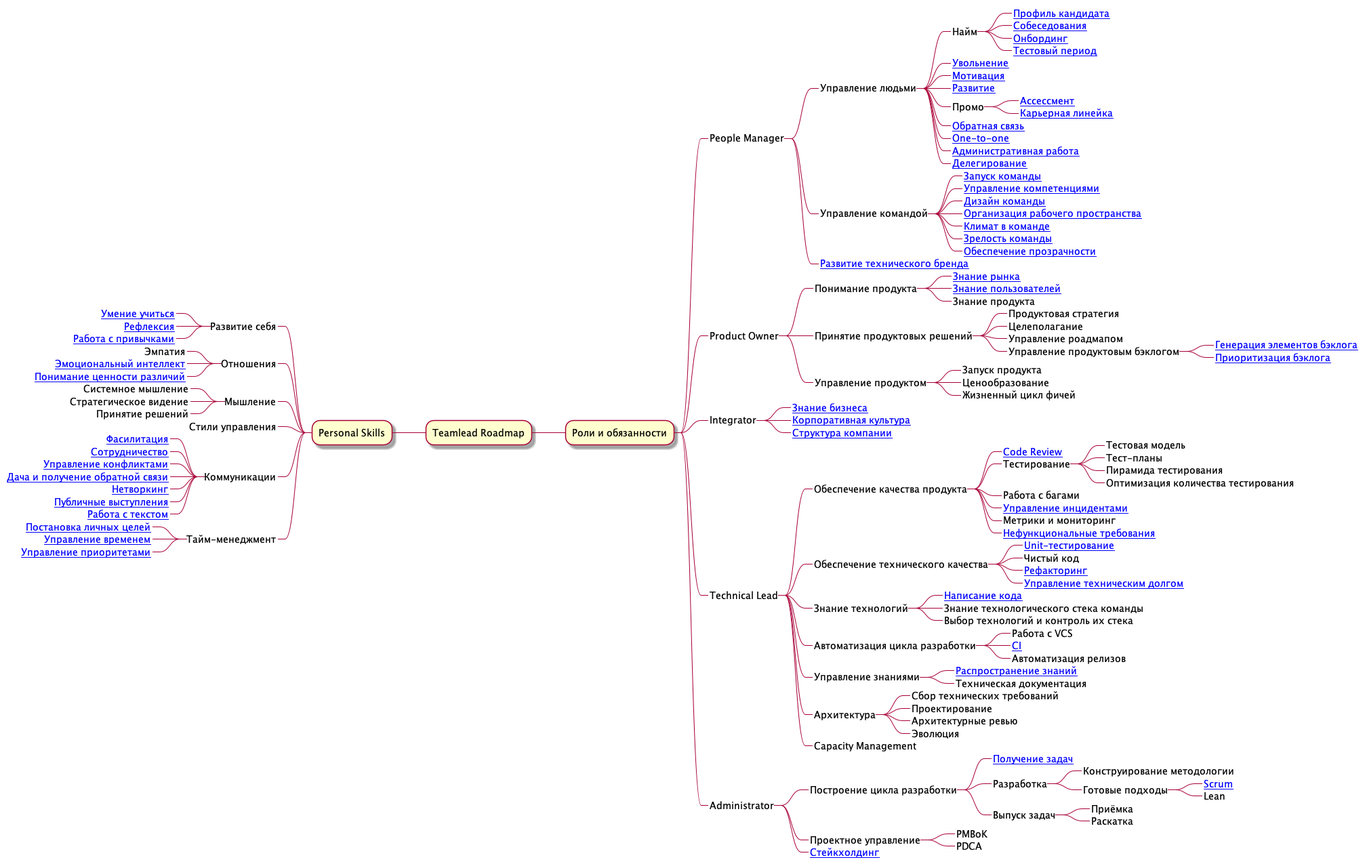
tlbootcamp/tlroadmap keeps this PlantUML diagram as roadmap.png. Above is the earlier version.
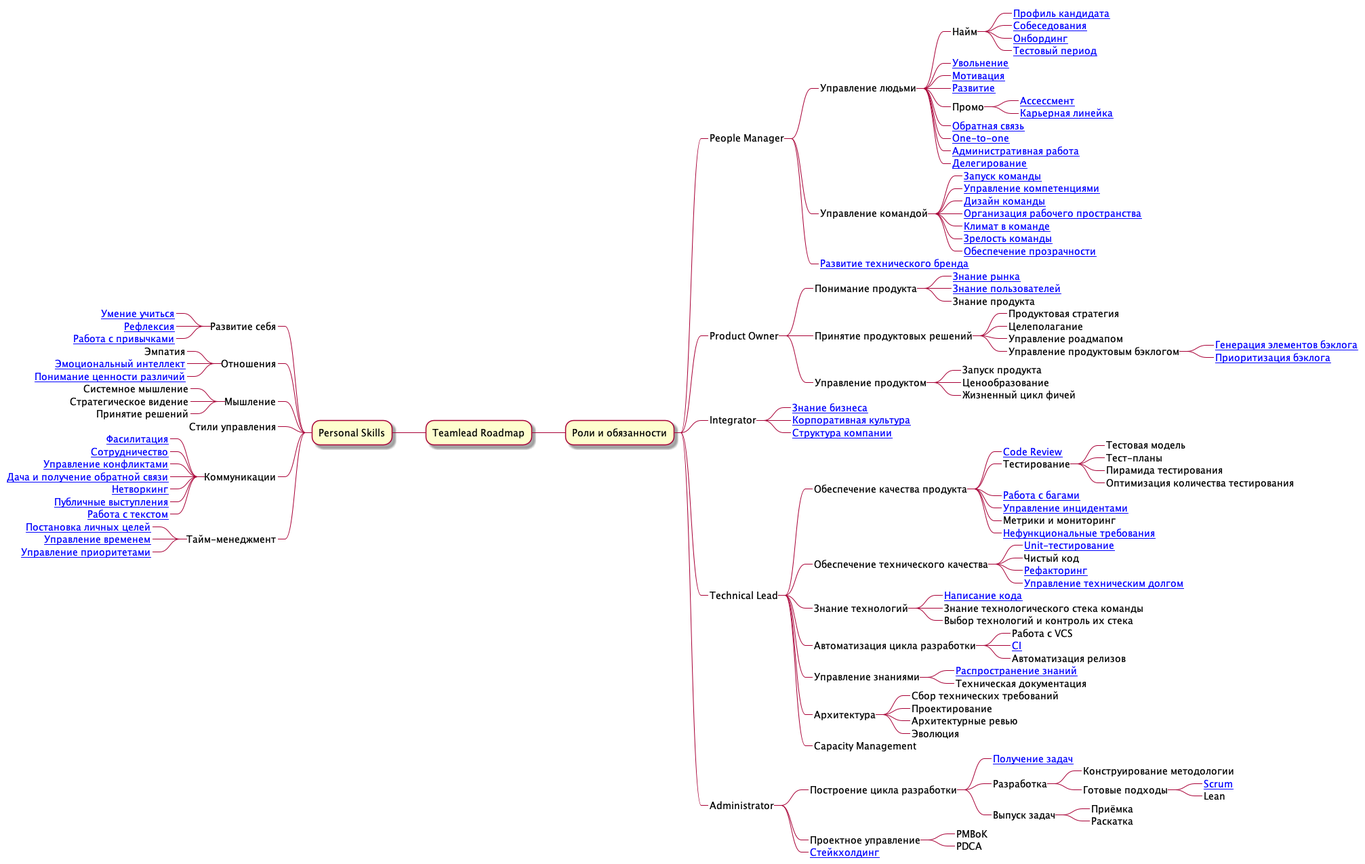
The same diagram one commit later.

Diff of the diagram source:
```diff
@@ -55,7 +55,7 @@
 ******_ Тест-планы
 ******_ Пирамида тестирования
 ******_ Оптимизация количества тестирования
-*****_ Работа с багами
+*****_ [[https://github.com/tlbootcamp/tlroadmap/blob/master/skills/technical-lead/bugs.md Работа с багами]]
 *****_ [[https://github.com/tlbootcamp/tlroadmap/blob/master/skills/technical-lead/incident-management.md Управление инцидентами]]
 *****_ Метрики и мониторинг
 *****_ [[https://github.com/tlbootcamp/tlroadmap/blob/master/skills/technical-lead/nfr.md Нефункциональные требования]]
```
